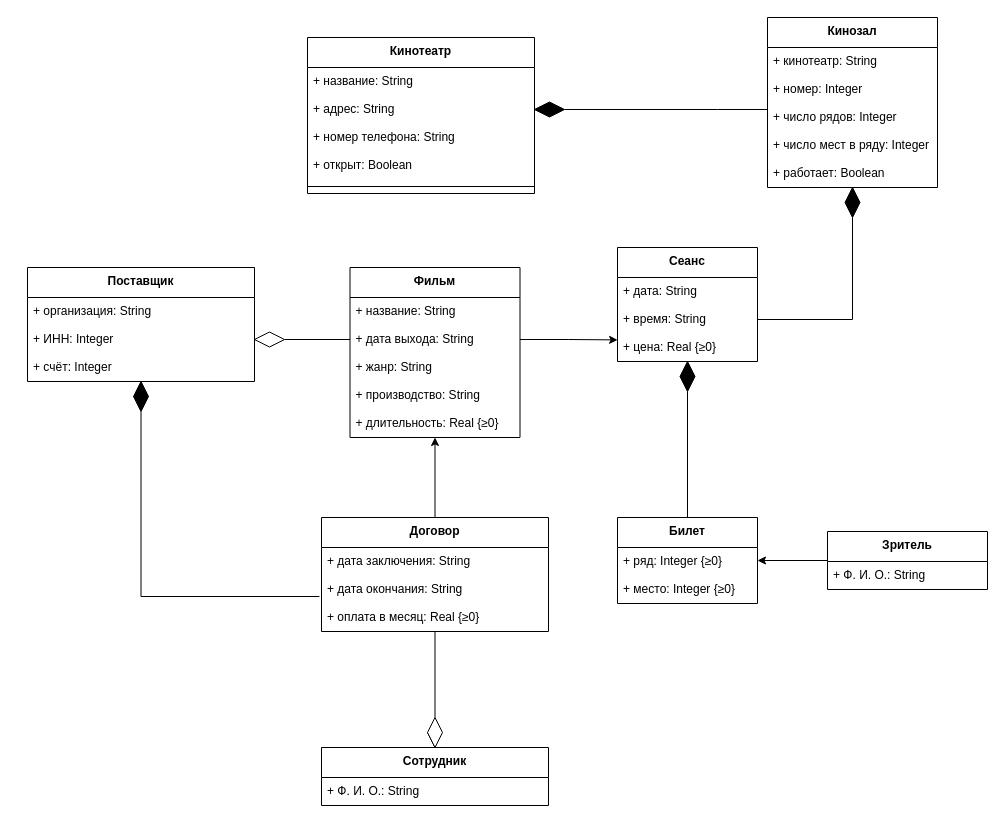
ANDaniell/-design-practice keeps this draw.io diagram as Модель предметной области.drawio. Above is the earlier version. Source tidied: cells renumbered, new cells numbered last; positions are measured from the earlier drawing's top-left corner, leaving out a move shared by most shapes. Both pictures are drawn from the tidied source at 100%, with x=0, y=0 at pixel (27, 17).
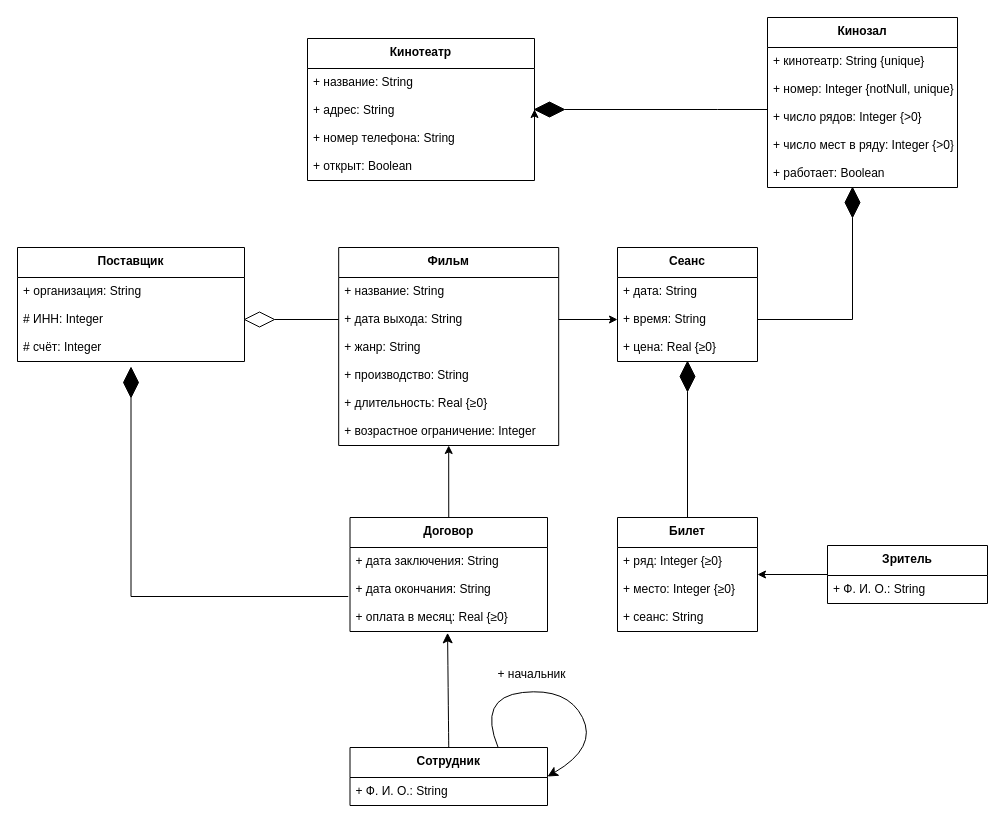
Above is the later version.

The change refers to these unchanged cells:
```xml
<mxCell id="23" value="+ время: String" style="text;strokeColor=none;fillColor=none;align=left;verticalAlign=top;spacingLeft=4;spacingRight=4;overflow=hidden;points=[[0,0.5],[1,0.5]];portConstraint=eastwest;" parent="21" vertex="1">
  <mxGeometry y="58" width="140" height="28" as="geometry" />
</mxCell>
```

What changed in the source:
```diff
@@
     <mxCell id="2" value="Кинотеатр" style="swimlane;fontStyle=1;align=center;verticalAlign=top;horizontal=1;startSize=30;" parent="1" vertex="1">
-      <mxGeometry x="280" y="20" width="227" height="156" as="geometry" />
+      <mxGeometry x="280" y="21" width="227" height="142" as="geometry" />
     </mxCell>
@@
-    <mxCell id="7" style="line;strokeWidth=1;fillColor=none;align=left;verticalAlign=middle;spacingTop=-1;spacingLeft=3;spacingRight=3;labelPosition=right;strokeColor=inherit;" parent="2" vertex="1">
-      <mxGeometry y="142" width="227" height="14" as="geometry" />
-    </mxCell>
     <mxCell id="8" value="Кинозал" style="swimlane;fontStyle=1;align=center;verticalAlign=top;horizontal=1;startSize=30;" parent="1" vertex="1">
-      <mxGeometry x="740" width="170" height="170" as="geometry" />
+      <mxGeometry x="740" width="190" height="170" as="geometry" />
     </mxCell>
-    <mxCell id="9" value="+ кинотеатр: String" style="text;strokeColor=none;fillColor=none;align=left;verticalAlign=top;spacingLeft=4;spacingRight=4;overflow=hidden;" parent="8" vertex="1">
-      <mxGeometry y="30" width="170" height="28" as="geometry" />
+    <mxCell id="9" value="+ кинотеатр: String {unique}" style="text;strokeColor=none;fillColor=none;align=left;verticalAlign=top;spacingLeft=4;spacingRight=4;overflow=hidden;" parent="8" vertex="1">
+      <mxGeometry y="30" width="190" height="28" as="geometry" />
     </mxCell>
-    <mxCell id="10" value="+ номер: Integer" style="text;strokeColor=none;fillColor=none;align=left;verticalAlign=top;spacingLeft=4;spacingRight=4;overflow=hidden;" parent="8" vertex="1">
-      <mxGeometry y="58" width="170" height="28" as="geometry" />
+    <mxCell id="10" value="+ номер: Integer {notNull, unique}." style="text;strokeColor=none;fillColor=none;align=left;verticalAlign=top;spacingLeft=4;spacingRight=4;overflow=hidden;" parent="8" vertex="1">
+      <mxGeometry y="58" width="190" height="28" as="geometry" />
     </mxCell>
-    <mxCell id="11" value="+ число рядов: Integer" style="text;strokeColor=none;fillColor=none;align=left;verticalAlign=top;spacingLeft=4;spacingRight=4;overflow=hidden;" parent="8" vertex="1">
-      <mxGeometry y="86" width="170" height="28" as="geometry" />
+    <mxCell id="11" value="+ число рядов: Integer {&gt;0}" style="text;strokeColor=none;fillColor=none;align=left;verticalAlign=top;spacingLeft=4;spacingRight=4;overflow=hidden;" parent="8" vertex="1">
+      <mxGeometry y="86" width="190" height="28" as="geometry" />
     </mxCell>
-    <mxCell id="12" value="+ число мест в ряду: Integer" style="text;strokeColor=none;fillColor=none;align=left;verticalAlign=top;spacingLeft=4;spacingRight=4;overflow=hidden;" parent="8" vertex="1">
-      <mxGeometry y="114" width="170" height="28" as="geometry" />
+    <mxCell id="12" value="+ число мест в ряду: Integer {&gt;0}" style="text;strokeColor=none;fillColor=none;align=left;verticalAlign=top;spacingLeft=4;spacingRight=4;overflow=hidden;" parent="8" vertex="1">
+      <mxGeometry y="114" width="190" height="28" as="geometry" />
     </mxCell>
     <mxCell id="13" value="+ работает: Boolean" style="text;strokeColor=none;fillColor=none;align=left;verticalAlign=top;spacingLeft=4;spacingRight=4;overflow=hidden;" parent="8" vertex="1">
-      <mxGeometry y="142" width="170" height="28" as="geometry" />
+      <mxGeometry y="142" width="190" height="28" as="geometry" />
     </mxCell>
     <mxCell id="14" value="Фильм" style="swimlane;fontStyle=1;align=center;verticalAlign=top;horizontal=1;startSize=30;" parent="1" vertex="1">
-      <mxGeometry x="322.5" y="250" width="170" height="170" as="geometry" />
+      <mxGeometry x="311.2" y="230" width="220" height="198" as="geometry" />
     </mxCell>
     <mxCell id="15" value="+ название: String" style="text;strokeColor=none;fillColor=none;align=left;verticalAlign=top;spacingLeft=4;spacingRight=4;overflow=hidden;" parent="14" vertex="1">
-      <mxGeometry y="30" width="170" height="28" as="geometry" />
+      <mxGeometry y="30" width="220" height="28" as="geometry" />
     </mxCell>
     <mxCell id="16" value="+ дата выхода: String" style="text;strokeColor=none;fillColor=none;align=left;verticalAlign=top;spacingLeft=4;spacingRight=4;overflow=hidden;points=[[0,0.5],[1,0.5]];portConstraint=eastwest;" parent="14" vertex="1">
-      <mxGeometry y="58" width="170" height="28" as="geometry" />
+      <mxGeometry y="58" width="220" height="28" as="geometry" />
     </mxCell>
     <mxCell id="17" value="+ жанр: String" style="text;strokeColor=none;fillColor=none;align=left;verticalAlign=top;spacingLeft=4;spacingRight=4;overflow=hidden;" parent="14" vertex="1">
-      <mxGeometry y="86" width="170" height="28" as="geometry" />
+      <mxGeometry y="86" width="220" height="28" as="geometry" />
     </mxCell>
     <mxCell id="18" value="+ производство: String" style="text;strokeColor=none;fillColor=none;align=left;verticalAlign=top;spacingLeft=4;spacingRight=4;overflow=hidden;" parent="14" vertex="1">
-      <mxGeometry y="114" width="170" height="28" as="geometry" />
+      <mxGeometry y="114" width="220" height="28" as="geometry" />
     </mxCell>
     <mxCell id="19" value="+ длительность: Real {≥0}" style="text;strokeColor=none;fillColor=none;align=left;verticalAlign=top;spacingLeft=4;spacingRight=4;overflow=hidden;" parent="14" vertex="1">
-      <mxGeometry y="142" width="170" height="28" as="geometry" />
+      <mxGeometry y="142" width="220" height="28" as="geometry" />
     </mxCell>
+    <mxCell id="56" value="+ возрастное ограничение: Integer" style="text;strokeColor=none;fillColor=none;align=left;verticalAlign=top;spacingLeft=4;spacingRight=4;overflow=hidden;" parent="14" vertex="1">
+      <mxGeometry y="170" width="220" height="28" as="geometry" />
+    </mxCell>
@@
     <mxCell id="25" value="Билет" style="swimlane;fontStyle=1;align=center;verticalAlign=top;horizontal=1;startSize=30;" parent="1" vertex="1">
-      <mxGeometry x="590" y="500" width="140" height="86" as="geometry" />
+      <mxGeometry x="590" y="500" width="140" height="114" as="geometry" />
     </mxCell>
@@
+    <mxCell id="57" value="+ сеанс: String" style="text;strokeColor=none;fillColor=none;align=left;verticalAlign=top;spacingLeft=4;spacingRight=4;overflow=hidden;" parent="25" vertex="1">
+      <mxGeometry y="86" width="140" height="28" as="geometry" />
+    </mxCell>
     <mxCell id="28" value="Зритель" style="swimlane;fontStyle=1;align=center;verticalAlign=top;horizontal=1;startSize=30;" parent="1" vertex="1">
-      <mxGeometry x="800" y="514" width="160" height="58" as="geometry" />
+      <mxGeometry x="800" y="528" width="160" height="58" as="geometry" />
     </mxCell>
@@
-    <mxCell id="31" style="edgeStyle=orthogonalEdgeStyle;rounded=0;jettySize=auto;html=1;exitX=1;exitY=0.5;exitDx=0;exitDy=0;" parent="1" edge="1" source="16">
-      <mxGeometry relative="1" as="geometry">
-        <mxPoint x="590.1" y="322.4" as="targetPoint" />
-      </mxGeometry>
+    <mxCell id="31" style="edgeStyle=orthogonalEdgeStyle;rounded=0;jettySize=auto;html=1;exitX=1;exitY=0.5;exitDx=0;exitDy=0;entryX=0;entryY=0.5;entryDx=0;entryDy=0;" parent="1" edge="1" source="16" target="23">
+      <mxGeometry relative="1" as="geometry" />
     </mxCell>
+    <mxCell id="58" style="edgeStyle=none;curved=1;rounded=0;orthogonalLoop=1;jettySize=auto;html=1;exitX=0.75;exitY=0;exitDx=0;exitDy=0;fontSize=12;startSize=8;endSize=8;entryX=1;entryY=0.5;entryDx=0;entryDy=0;" parent="1" edge="1" source="32" target="32">
+      <mxGeometry relative="1" as="geometry">
+        <Array as="points">
+          <mxPoint x="450" y="680" />
+          <mxPoint x="540" y="670" />
+          <mxPoint x="570" y="730" />
+        </Array>
+      </mxGeometry>
+    </mxCell>
     <mxCell id="32" value="Сотрудник" style="swimlane;fontStyle=1;align=center;verticalAlign=top;horizontal=1;startSize=30;" parent="1" vertex="1">
-      <mxGeometry x="294" y="730" width="227" height="58" as="geometry" />
+      <mxGeometry x="322.5" y="730" width="197.5" height="58" as="geometry" />
     </mxCell>
     <mxCell id="33" value="+ Ф. И. О.: String" style="text;strokeColor=none;fillColor=none;align=left;verticalAlign=top;spacingLeft=4;spacingRight=4;overflow=hidden;" parent="32" vertex="1">
-      <mxGeometry y="30" width="227" height="28" as="geometry" />
+      <mxGeometry y="30" width="197.5" height="28" as="geometry" />
     </mxCell>
     <mxCell id="34" value="Договор" style="swimlane;fontStyle=1;align=center;verticalAlign=top;horizontal=1;startSize=30;" parent="1" vertex="1">
-      <mxGeometry x="294" y="500" width="227" height="114" as="geometry" />
+      <mxGeometry x="322.5" y="500" width="197.5" height="114" as="geometry" />
     </mxCell>
     <mxCell id="35" value="+ дата заключения: String" style="text;strokeColor=none;fillColor=none;align=left;verticalAlign=top;spacingLeft=4;spacingRight=4;overflow=hidden;" parent="34" vertex="1">
-      <mxGeometry y="30" width="227" height="28" as="geometry" />
+      <mxGeometry y="30" width="197.5" height="28" as="geometry" />
     </mxCell>
     <mxCell id="36" value="+ дата окончания: String" style="text;strokeColor=none;fillColor=none;align=left;verticalAlign=top;spacingLeft=4;spacingRight=4;overflow=hidden;points=[[0,0.5],[1,0.5]];portConstraint=eastwest;" parent="34" vertex="1">
-      <mxGeometry y="58" width="227" height="28" as="geometry" />
+      <mxGeometry y="58" width="197.5" height="28" as="geometry" />
     </mxCell>
     <mxCell id="37" value="+ оплата в месяц: Real {≥0}" style="text;strokeColor=none;fillColor=none;align=left;verticalAlign=top;spacingLeft=4;spacingRight=4;overflow=hidden;points=[[0,0.5],[1,0.5]];portConstraint=eastwest;" parent="34" vertex="1">
-      <mxGeometry y="86" width="227" height="28" as="geometry" />
+      <mxGeometry y="86" width="197.5" height="28" as="geometry" />
     </mxCell>
     <mxCell id="38" value="Поставщик" style="swimlane;fontStyle=1;align=center;verticalAlign=top;horizontal=1;startSize=30;" parent="1" vertex="1">
-      <mxGeometry y="250" width="227" height="114" as="geometry" />
+      <mxGeometry x="-10" y="230" width="227" height="114" as="geometry" />
     </mxCell>
@@
-    <mxCell id="40" value="+ ИНН: Integer" style="text;strokeColor=none;fillColor=none;align=left;verticalAlign=top;spacingLeft=4;spacingRight=4;overflow=hidden;" parent="38" vertex="1">
+    <mxCell id="40" value="# ИНН: Integer" style="text;strokeColor=none;fillColor=none;align=left;verticalAlign=top;spacingLeft=4;spacingRight=4;overflow=hidden;" parent="38" vertex="1">
       <mxGeometry y="58" width="227" height="28" as="geometry" />
     </mxCell>
-    <mxCell id="41" value="+ счёт: Integer" style="text;strokeColor=none;fillColor=none;align=left;verticalAlign=top;spacingLeft=4;spacingRight=4;overflow=hidden;" parent="38" vertex="1">
+    <mxCell id="41" value="# счёт: Integer" style="text;strokeColor=none;fillColor=none;align=left;verticalAlign=top;spacingLeft=4;spacingRight=4;overflow=hidden;" parent="38" vertex="1">
       <mxGeometry y="86" width="227" height="28" as="geometry" />
     </mxCell>
@@
-    <mxCell id="45" style="endArrow=none;html=1;rounded=0;exitX=0;exitY=0.5;exitDx=0;exitDy=0;entryX=0.5;entryY=1;entryDx=0;entryDy=0;" parent="1" edge="1" source="47" target="34">
-      <mxGeometry relative="1" as="geometry" />
-    </mxCell>
-    <mxCell id="46" style="endArrow=none;html=1;rounded=0;exitX=0.5;exitY=0;exitDx=0;exitDy=0;entryX=0.5;entryY=1;entryDx=0;entryDy=0;" parent="1" edge="1" source="32" target="47">
-      <mxGeometry relative="1" as="geometry" />
-    </mxCell>
-    <mxCell id="47" style="rhombus;whiteSpace=wrap;html=1;gradientColor=none;fillStyle=auto;fillColor=default;direction=south;" parent="1" vertex="1">
-      <mxGeometry x="400" y="700" width="15" height="30" as="geometry" />
-    </mxCell>
@@
     <mxCell id="50" style="rhombus;whiteSpace=wrap;html=1;gradientColor=none;fillStyle=auto;fillColor=#FFFFFF;" parent="1" vertex="1">
-      <mxGeometry x="227" y="314.5" width="30" height="15" as="geometry" />
+      <mxGeometry x="217" y="294.5" width="30" height="15" as="geometry" />
     </mxCell>
@@
     <mxCell id="53" style="rhombus;whiteSpace=wrap;html=1;gradientColor=none;fillStyle=auto;fillColor=#000000;direction=south;" parent="1" vertex="1">
-      <mxGeometry x="106" y="364" width="15" height="30" as="geometry" />
+      <mxGeometry x="96" y="350" width="15" height="30" as="geometry" />
     </mxCell>
@@
+    <mxCell id="59" style="edgeStyle=none;curved=1;rounded=0;jettySize=auto;html=1;exitX=0.5;exitY=0;exitDx=0;exitDy=0;entryX=0.494;entryY=1.048;entryDx=0;entryDy=0;entryPerimeter=0;fontSize=12;startSize=8;endSize=8;" parent="1" edge="1" source="32" target="37">
+      <mxGeometry relative="1" as="geometry" />
+    </mxCell>
+    <mxCell id="60" value="&lt;font style=&quot;font-size: 12px;&quot;&gt;+ начальник&lt;/font&gt;" style="text;html=1;align=center;verticalAlign=middle;strokeColor=none;fillColor=none;fontSize=16;" parent="1" vertex="1">
+      <mxGeometry x="459" y="640" width="90" height="30" as="geometry" />
+    </mxCell>
```
